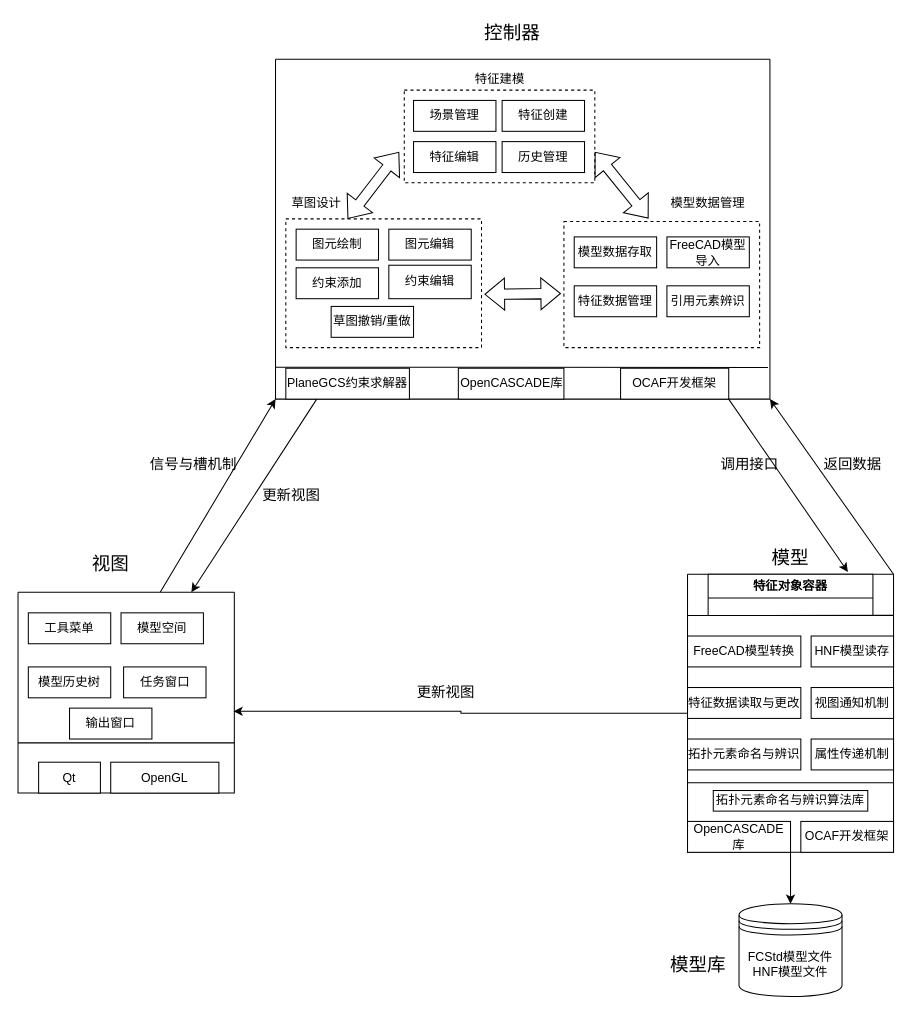
Before: MVC架构不分层.drawio in liuhuliuhu123/First-test, a draw.io diagram. Source tidied: cells renumbered, new cells numbered last; positions are measured from the earlier drawing's top-left corner, leaving out a move shared by most shapes. Both pictures are drawn from the tidied source at 103%, with x=0, y=0 at pixel (18, 18).
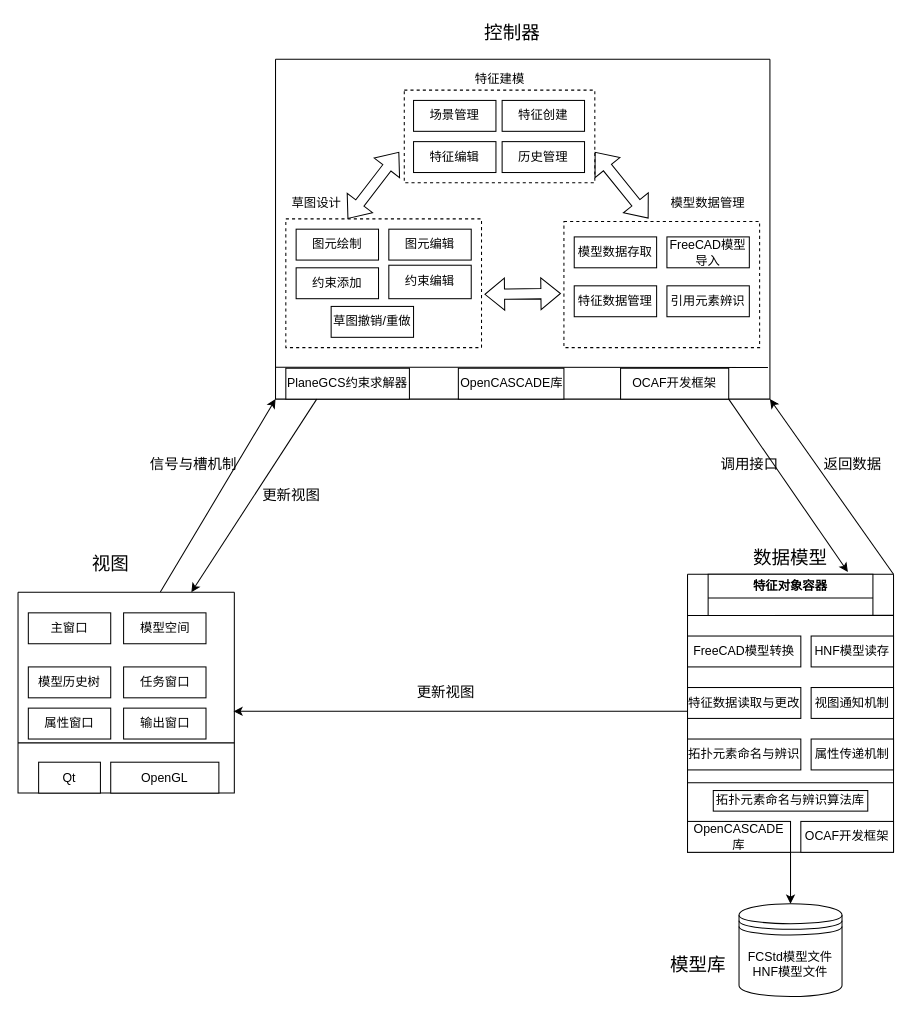
The same diagram, later.

Commit message:
更新MVC架构不分层.drawio

The change refers to these unchanged cells:
```xml
<mxCell id="2" style="swimlane;startSize=0;" parent="1" vertex="1">
  <mxGeometry y="557.5" width="210" height="195" as="geometry" />
</mxCell>
<mxCell id="38" style="swimlane;startSize=0;" parent="1" vertex="1">
  <mxGeometry x="650" y="540" width="200" height="270" as="geometry" />
</mxCell>
```

Diff of the diagram source:
```diff
@@
-    <mxCell id="3" value="工具菜单" style="rounded=0;whiteSpace=wrap;html=1;" parent="2" vertex="1">
+    <mxCell id="3" value="主窗口" style="rounded=0;whiteSpace=wrap;html=1;" parent="2" vertex="1">
       <mxGeometry x="10" y="20" width="80" height="30" as="geometry" />
     </mxCell>
     <mxCell id="4" value="模型空间" style="rounded=0;whiteSpace=wrap;html=1;" parent="2" vertex="1">
-      <mxGeometry x="100" y="20" width="80" height="30" as="geometry" />
+      <mxGeometry x="102.5" y="20" width="80" height="30" as="geometry" />
     </mxCell>
@@
     <mxCell id="7" value="输出窗口" style="rounded=0;whiteSpace=wrap;html=1;" parent="2" vertex="1">
-      <mxGeometry x="50" y="112.5" width="80" height="30" as="geometry" />
+      <mxGeometry x="102.5" y="112.5" width="80" height="30" as="geometry" />
     </mxCell>
@@
+    <mxCell id="68" value="属性窗口" style="rounded=0;whiteSpace=wrap;html=1;" parent="2" vertex="1">
+      <mxGeometry x="10" y="112.5" width="80" height="30" as="geometry" />
+    </mxCell>
@@
-    <mxCell id="50" value="&lt;font style=&quot;font-size: 18px;&quot;&gt;模型&lt;/font&gt;" style="text;html=1;strokeColor=none;fillColor=none;align=center;verticalAlign=middle;whiteSpace=wrap;rounded=0;" parent="1" vertex="1">
-      <mxGeometry x="720" y="510" width="60" height="30" as="geometry" />
+    <mxCell id="50" value="&lt;font style=&quot;font-size: 18px;&quot;&gt;数据模型&lt;/font&gt;" style="text;html=1;strokeColor=none;fillColor=none;align=center;verticalAlign=middle;whiteSpace=wrap;rounded=0;" parent="1" vertex="1">
+      <mxGeometry x="690" y="510" width="120" height="30" as="geometry" />
     </mxCell>
@@
     <mxCell id="58" style="edgeStyle=orthogonalEdgeStyle;rounded=0;jettySize=auto;html=1;entryX=0.996;entryY=0.593;entryDx=0;entryDy=0;entryPerimeter=0;" parent="1" edge="1" source="38" target="2">
-      <mxGeometry relative="1" as="geometry" />
+      <mxGeometry relative="1" as="geometry">
+        <Array as="points">
+          <mxPoint x="380" y="673" />
+          <mxPoint x="380" y="673" />
+        </Array>
+      </mxGeometry>
     </mxCell>
```
